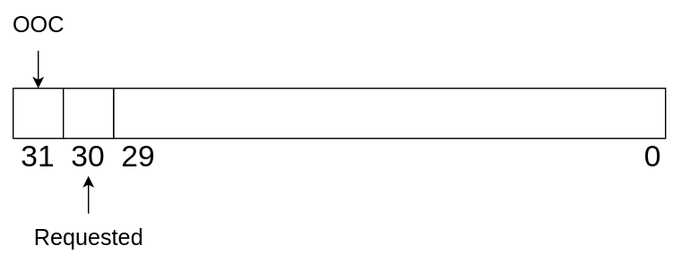
This is presentations/out-of-core-verfahren/media/Page-describtor/page-desc-03.svg from MariusReddig/presentations, a draw.io export, as it was before one commit. Source tidied: cells renumbered, new cells last; positions are measured from the earlier drawing's top-left corner, leaving out a move shared by most shapes.
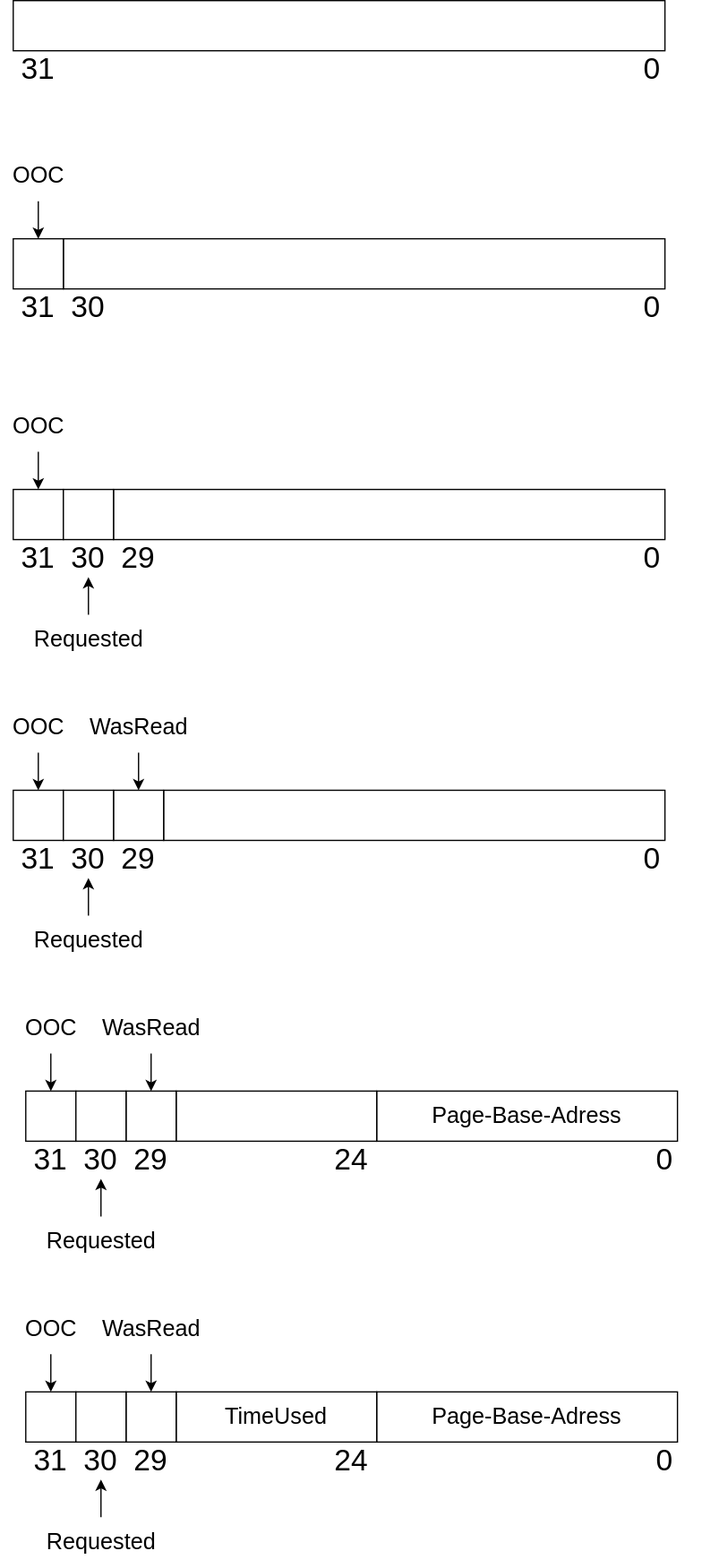
The same diagram one commit later.

Change to the diagram source:
```diff
@@ -2,6 +2,36 @@
   <root>
     <mxCell id="0" />
     <mxCell id="1" parent="0" />
+    <mxCell id="13" style="rounded=0;whiteSpace=wrap;html=1;" parent="1" vertex="1">
+      <mxGeometry x="50" y="-130" width="480" height="40" as="geometry" />
+    </mxCell>
+    <mxCell id="14" style="rounded=0;whiteSpace=wrap;html=1;" parent="1" vertex="1">
+      <mxGeometry x="10" y="-130" width="40" height="40" as="geometry" />
+    </mxCell>
+    <mxCell id="15" value="&lt;font style=&quot;font-size: 24px;&quot;&gt;0&lt;/font&gt;" style="text;html=1;align=center;verticalAlign=middle;whiteSpace=wrap;rounded=0;" parent="1" vertex="1">
+      <mxGeometry x="490" y="-90" width="60" height="30" as="geometry" />
+    </mxCell>
+    <mxCell id="16" value="&lt;font style=&quot;font-size: 24px;&quot;&gt;30&lt;/font&gt;" style="text;html=1;align=center;verticalAlign=middle;whiteSpace=wrap;rounded=0;" parent="1" vertex="1">
+      <mxGeometry x="40" y="-90" width="60" height="30" as="geometry" />
+    </mxCell>
+    <mxCell id="17" value="&lt;div&gt;&lt;font style=&quot;font-size: 24px;&quot;&gt;31&lt;/font&gt;&lt;/div&gt;" style="text;html=1;align=center;verticalAlign=middle;whiteSpace=wrap;rounded=0;" parent="1" vertex="1">
+      <mxGeometry y="-90" width="60" height="30" as="geometry" />
+    </mxCell>
+    <mxCell id="18" style="rounded=0;whiteSpace=wrap;html=1;" parent="1" vertex="1">
+      <mxGeometry x="10" y="-320" width="520" height="40" as="geometry" />
+    </mxCell>
+    <mxCell id="19" value="&lt;font style=&quot;font-size: 24px;&quot;&gt;0&lt;/font&gt;" style="text;html=1;align=center;verticalAlign=middle;whiteSpace=wrap;rounded=0;" parent="1" vertex="1">
+      <mxGeometry x="490" y="-280" width="60" height="30" as="geometry" />
+    </mxCell>
+    <mxCell id="20" value="&lt;div&gt;&lt;font style=&quot;font-size: 24px;&quot;&gt;31&lt;/font&gt;&lt;/div&gt;" style="text;html=1;align=center;verticalAlign=middle;whiteSpace=wrap;rounded=0;" parent="1" vertex="1">
+      <mxGeometry y="-280" width="60" height="30" as="geometry" />
+    </mxCell>
+    <mxCell id="21" style="edgeStyle=orthogonalEdgeStyle;rounded=0;jettySize=auto;html=1;entryX=0.5;entryY=0;entryDx=0;entryDy=0;" parent="1" edge="1" source="22" target="14">
+      <mxGeometry relative="1" as="geometry" />
+    </mxCell>
+    <mxCell id="22" value="&lt;font style=&quot;font-size: 18px;&quot;&gt;OOC&lt;/font&gt;" style="text;html=1;align=center;verticalAlign=middle;points=[];strokeColor=none;fillColor=none;" parent="1" vertex="1">
+      <mxGeometry y="-200" width="60" height="40" as="geometry" />
+    </mxCell>
     <mxCell id="2" style="rounded=0;whiteSpace=wrap;html=1;" parent="1" vertex="1">
       <mxGeometry x="90" y="70" width="440" height="40" as="geometry" />
     </mxCell>
@@ -35,5 +65,143 @@
     <mxCell id="12" value="&lt;font style=&quot;font-size: 18px;&quot;&gt;OOC&lt;/font&gt;" style="text;html=1;align=center;verticalAlign=middle;points=[];strokeColor=none;fillColor=none;" parent="1" vertex="1">
       <mxGeometry width="60" height="40" as="geometry" />
     </mxCell>
+    <mxCell id="23" style="rounded=0;whiteSpace=wrap;html=1;" parent="1" vertex="1">
+      <mxGeometry x="130" y="310" width="400" height="40" as="geometry" />
+    </mxCell>
+    <mxCell id="24" style="rounded=0;whiteSpace=wrap;html=1;" parent="1" vertex="1">
+      <mxGeometry x="90" y="310" width="40" height="40" as="geometry" />
+    </mxCell>
+    <mxCell id="25" style="rounded=0;whiteSpace=wrap;html=1;" parent="1" vertex="1">
+      <mxGeometry x="10" y="310" width="40" height="40" as="geometry" />
+    </mxCell>
+    <mxCell id="26" style="rounded=0;whiteSpace=wrap;html=1;" parent="1" vertex="1">
+      <mxGeometry x="50" y="310" width="40" height="40" as="geometry" />
+    </mxCell>
+    <mxCell id="27" value="&lt;font style=&quot;font-size: 24px;&quot;&gt;0&lt;/font&gt;" style="text;html=1;align=center;verticalAlign=middle;whiteSpace=wrap;rounded=0;" parent="1" vertex="1">
+      <mxGeometry x="490" y="350" width="60" height="30" as="geometry" />
+    </mxCell>
+    <mxCell id="28" value="&lt;font style=&quot;font-size: 24px;&quot;&gt;29&lt;/font&gt;" style="text;html=1;align=center;verticalAlign=middle;whiteSpace=wrap;rounded=0;" parent="1" vertex="1">
+      <mxGeometry x="80" y="350" width="60" height="30" as="geometry" />
+    </mxCell>
+    <mxCell id="29" value="&lt;font style=&quot;font-size: 24px;&quot;&gt;30&lt;/font&gt;" style="text;html=1;align=center;verticalAlign=middle;whiteSpace=wrap;rounded=0;" parent="1" vertex="1">
+      <mxGeometry x="40" y="350" width="60" height="30" as="geometry" />
+    </mxCell>
+    <mxCell id="30" value="&lt;div&gt;&lt;font style=&quot;font-size: 24px;&quot;&gt;31&lt;/font&gt;&lt;/div&gt;" style="text;html=1;align=center;verticalAlign=middle;whiteSpace=wrap;rounded=0;" parent="1" vertex="1">
+      <mxGeometry y="350" width="60" height="30" as="geometry" />
+    </mxCell>
+    <mxCell id="31" style="edgeStyle=orthogonalEdgeStyle;rounded=0;jettySize=auto;html=1;entryX=0.5;entryY=0;entryDx=0;entryDy=0;" parent="1" edge="1" source="32" target="24">
+      <mxGeometry relative="1" as="geometry" />
+    </mxCell>
+    <mxCell id="32" value="&lt;font style=&quot;font-size: 18px;&quot;&gt;WasRead&lt;/font&gt;" style="text;html=1;align=center;verticalAlign=middle;points=[];strokeColor=none;fillColor=none;" parent="1" vertex="1">
+      <mxGeometry x="60" y="240" width="100" height="40" as="geometry" />
+    </mxCell>
+    <mxCell id="33" style="edgeStyle=orthogonalEdgeStyle;rounded=0;jettySize=auto;html=1;entryX=0.5;entryY=1;entryDx=0;entryDy=0;" parent="1" edge="1" source="34" target="29">
+      <mxGeometry relative="1" as="geometry" />
+    </mxCell>
+    <mxCell id="34" value="&lt;font style=&quot;font-size: 18px;&quot;&gt;Requested&lt;/font&gt;" style="text;html=1;align=center;verticalAlign=middle;points=[];strokeColor=none;fillColor=none;" parent="1" vertex="1">
+      <mxGeometry x="10" y="410" width="120" height="40" as="geometry" />
+    </mxCell>
+    <mxCell id="35" style="edgeStyle=orthogonalEdgeStyle;rounded=0;jettySize=auto;html=1;entryX=0.5;entryY=0;entryDx=0;entryDy=0;" parent="1" edge="1" source="36" target="25">
+      <mxGeometry relative="1" as="geometry" />
+    </mxCell>
+    <mxCell id="36" value="&lt;font style=&quot;font-size: 18px;&quot;&gt;OOC&lt;/font&gt;" style="text;html=1;align=center;verticalAlign=middle;points=[];strokeColor=none;fillColor=none;" parent="1" vertex="1">
+      <mxGeometry y="240" width="60" height="40" as="geometry" />
+    </mxCell>
+    <mxCell id="37" value="&lt;font style=&quot;font-size: 18px;&quot;&gt;Page-Base-Adress&lt;/font&gt;" style="rounded=0;whiteSpace=wrap;html=1;" parent="1" vertex="1">
+      <mxGeometry x="300" y="550" width="240" height="40" as="geometry" />
+    </mxCell>
+    <mxCell id="38" style="rounded=0;whiteSpace=wrap;html=1;" parent="1" vertex="1">
+      <mxGeometry x="140" y="550" width="160" height="40" as="geometry" />
+    </mxCell>
+    <mxCell id="39" style="rounded=0;whiteSpace=wrap;html=1;" parent="1" vertex="1">
+      <mxGeometry x="100" y="550" width="40" height="40" as="geometry" />
+    </mxCell>
+    <mxCell id="40" style="rounded=0;whiteSpace=wrap;html=1;" parent="1" vertex="1">
+      <mxGeometry x="20" y="550" width="40" height="40" as="geometry" />
+    </mxCell>
+    <mxCell id="41" style="rounded=0;whiteSpace=wrap;html=1;" parent="1" vertex="1">
+      <mxGeometry x="60" y="550" width="40" height="40" as="geometry" />
+    </mxCell>
+    <mxCell id="42" value="&lt;font style=&quot;font-size: 24px;&quot;&gt;0&lt;/font&gt;" style="text;html=1;align=center;verticalAlign=middle;whiteSpace=wrap;rounded=0;" parent="1" vertex="1">
+      <mxGeometry x="500" y="590" width="60" height="30" as="geometry" />
+    </mxCell>
+    <mxCell id="43" value="&lt;font style=&quot;font-size: 24px;&quot;&gt;24&lt;/font&gt;" style="text;html=1;align=center;verticalAlign=middle;whiteSpace=wrap;rounded=0;" parent="1" vertex="1">
+      <mxGeometry x="250" y="590" width="60" height="30" as="geometry" />
+    </mxCell>
+    <mxCell id="44" value="&lt;font style=&quot;font-size: 24px;&quot;&gt;29&lt;/font&gt;" style="text;html=1;align=center;verticalAlign=middle;whiteSpace=wrap;rounded=0;" parent="1" vertex="1">
+      <mxGeometry x="90" y="590" width="60" height="30" as="geometry" />
+    </mxCell>
+    <mxCell id="45" value="&lt;font style=&quot;font-size: 24px;&quot;&gt;30&lt;/font&gt;" style="text;html=1;align=center;verticalAlign=middle;whiteSpace=wrap;rounded=0;" parent="1" vertex="1">
+      <mxGeometry x="50" y="590" width="60" height="30" as="geometry" />
+    </mxCell>
+    <mxCell id="46" value="&lt;div&gt;&lt;font style=&quot;font-size: 24px;&quot;&gt;31&lt;/font&gt;&lt;/div&gt;" style="text;html=1;align=center;verticalAlign=middle;whiteSpace=wrap;rounded=0;" parent="1" vertex="1">
+      <mxGeometry x="10" y="590" width="60" height="30" as="geometry" />
+    </mxCell>
+    <mxCell id="47" style="edgeStyle=orthogonalEdgeStyle;rounded=0;jettySize=auto;html=1;entryX=0.5;entryY=0;entryDx=0;entryDy=0;" parent="1" edge="1" source="48" target="39">
+      <mxGeometry relative="1" as="geometry" />
+    </mxCell>
+    <mxCell id="48" value="&lt;font style=&quot;font-size: 18px;&quot;&gt;WasRead&lt;/font&gt;" style="text;html=1;align=center;verticalAlign=middle;points=[];strokeColor=none;fillColor=none;" parent="1" vertex="1">
+      <mxGeometry x="70" y="480" width="100" height="40" as="geometry" />
+    </mxCell>
+    <mxCell id="49" style="edgeStyle=orthogonalEdgeStyle;rounded=0;jettySize=auto;html=1;entryX=0.5;entryY=1;entryDx=0;entryDy=0;" parent="1" edge="1" source="50" target="45">
+      <mxGeometry relative="1" as="geometry" />
+    </mxCell>
+    <mxCell id="50" value="&lt;font style=&quot;font-size: 18px;&quot;&gt;Requested&lt;/font&gt;" style="text;html=1;align=center;verticalAlign=middle;points=[];strokeColor=none;fillColor=none;" parent="1" vertex="1">
+      <mxGeometry x="20" y="650" width="120" height="40" as="geometry" />
+    </mxCell>
+    <mxCell id="51" style="edgeStyle=orthogonalEdgeStyle;rounded=0;jettySize=auto;html=1;entryX=0.5;entryY=0;entryDx=0;entryDy=0;" parent="1" edge="1" source="52" target="40">
+      <mxGeometry relative="1" as="geometry" />
+    </mxCell>
+    <mxCell id="52" value="&lt;font style=&quot;font-size: 18px;&quot;&gt;OOC&lt;/font&gt;" style="text;html=1;align=center;verticalAlign=middle;points=[];strokeColor=none;fillColor=none;" parent="1" vertex="1">
+      <mxGeometry x="10" y="480" width="60" height="40" as="geometry" />
+    </mxCell>
+    <mxCell id="53" value="&lt;font style=&quot;font-size: 18px;&quot;&gt;Page-Base-Adress&lt;/font&gt;" style="rounded=0;whiteSpace=wrap;html=1;" parent="1" vertex="1">
+      <mxGeometry x="300" y="790" width="240" height="40" as="geometry" />
+    </mxCell>
+    <mxCell id="54" value="&lt;font style=&quot;font-size: 18px;&quot;&gt;TimeUsed&lt;/font&gt;" style="rounded=0;whiteSpace=wrap;html=1;" parent="1" vertex="1">
+      <mxGeometry x="140" y="790" width="160" height="40" as="geometry" />
+    </mxCell>
+    <mxCell id="55" style="rounded=0;whiteSpace=wrap;html=1;" parent="1" vertex="1">
+      <mxGeometry x="100" y="790" width="40" height="40" as="geometry" />
+    </mxCell>
+    <mxCell id="56" style="rounded=0;whiteSpace=wrap;html=1;" parent="1" vertex="1">
+      <mxGeometry x="20" y="790" width="40" height="40" as="geometry" />
+    </mxCell>
+    <mxCell id="57" style="rounded=0;whiteSpace=wrap;html=1;" parent="1" vertex="1">
+      <mxGeometry x="60" y="790" width="40" height="40" as="geometry" />
+    </mxCell>
+    <mxCell id="58" value="&lt;font style=&quot;font-size: 24px;&quot;&gt;0&lt;/font&gt;" style="text;html=1;align=center;verticalAlign=middle;whiteSpace=wrap;rounded=0;" parent="1" vertex="1">
+      <mxGeometry x="500" y="830" width="60" height="30" as="geometry" />
+    </mxCell>
+    <mxCell id="59" value="&lt;font style=&quot;font-size: 24px;&quot;&gt;24&lt;/font&gt;" style="text;html=1;align=center;verticalAlign=middle;whiteSpace=wrap;rounded=0;" parent="1" vertex="1">
+      <mxGeometry x="250" y="830" width="60" height="30" as="geometry" />
+    </mxCell>
+    <mxCell id="60" value="&lt;font style=&quot;font-size: 24px;&quot;&gt;29&lt;/font&gt;" style="text;html=1;align=center;verticalAlign=middle;whiteSpace=wrap;rounded=0;" parent="1" vertex="1">
+      <mxGeometry x="90" y="830" width="60" height="30" as="geometry" />
+    </mxCell>
+    <mxCell id="61" value="&lt;font style=&quot;font-size: 24px;&quot;&gt;30&lt;/font&gt;" style="text;html=1;align=center;verticalAlign=middle;whiteSpace=wrap;rounded=0;" parent="1" vertex="1">
+      <mxGeometry x="50" y="830" width="60" height="30" as="geometry" />
+    </mxCell>
+    <mxCell id="62" value="&lt;div&gt;&lt;font style=&quot;font-size: 24px;&quot;&gt;31&lt;/font&gt;&lt;/div&gt;" style="text;html=1;align=center;verticalAlign=middle;whiteSpace=wrap;rounded=0;" parent="1" vertex="1">
+      <mxGeometry x="10" y="830" width="60" height="30" as="geometry" />
+    </mxCell>
+    <mxCell id="63" style="edgeStyle=orthogonalEdgeStyle;rounded=0;jettySize=auto;html=1;entryX=0.5;entryY=0;entryDx=0;entryDy=0;" parent="1" edge="1" source="64" target="55">
+      <mxGeometry relative="1" as="geometry" />
+    </mxCell>
+    <mxCell id="64" value="&lt;font style=&quot;font-size: 18px;&quot;&gt;WasRead&lt;/font&gt;" style="text;html=1;align=center;verticalAlign=middle;points=[];strokeColor=none;fillColor=none;" parent="1" vertex="1">
+      <mxGeometry x="70" y="720" width="100" height="40" as="geometry" />
+    </mxCell>
+    <mxCell id="65" style="edgeStyle=orthogonalEdgeStyle;rounded=0;jettySize=auto;html=1;entryX=0.5;entryY=1;entryDx=0;entryDy=0;" parent="1" edge="1" source="66" target="61">
+      <mxGeometry relative="1" as="geometry" />
+    </mxCell>
+    <mxCell id="66" value="&lt;font style=&quot;font-size: 18px;&quot;&gt;Requested&lt;/font&gt;" style="text;html=1;align=center;verticalAlign=middle;points=[];strokeColor=none;fillColor=none;" parent="1" vertex="1">
+      <mxGeometry x="20" y="890" width="120" height="40" as="geometry" />
+    </mxCell>
+    <mxCell id="67" style="edgeStyle=orthogonalEdgeStyle;rounded=0;jettySize=auto;html=1;entryX=0.5;entryY=0;entryDx=0;entryDy=0;" parent="1" edge="1" source="68" target="56">
+      <mxGeometry relative="1" as="geometry" />
+    </mxCell>
+    <mxCell id="68" value="&lt;font style=&quot;font-size: 18px;&quot;&gt;OOC&lt;/font&gt;" style="text;html=1;align=center;verticalAlign=middle;points=[];strokeColor=none;fillColor=none;" parent="1" vertex="1">
+      <mxGeometry x="10" y="720" width="60" height="40" as="geometry" />
+    </mxCell>
   </root>
 </mxGraphModel>
```
